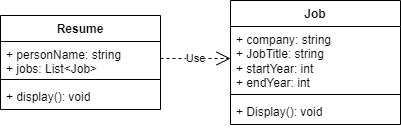
Above: prepare/Learning02/Learning02 Class Diagram.png in noduh/CSE-210 (draw.io), before the change. Source tidied: cells renumbered, new cells last; positions are measured from the earlier drawing's top-left corner, leaving out a move shared by most shapes.
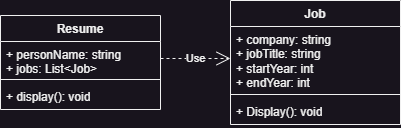
After the change.

Commit message:
Fixed variable name in class diagram

Change to the diagram source:
```diff
@@ -5,7 +5,7 @@
     <mxCell id="2" value="Job" style="swimlane;fontStyle=1;align=center;verticalAlign=top;horizontal=1;startSize=26;whiteSpace=wrap;html=1;" parent="1" vertex="1">
       <mxGeometry x="230" width="170" height="124" as="geometry" />
     </mxCell>
-    <mxCell id="3" value="+ company: string&lt;div&gt;+ JobTitle: string&lt;/div&gt;&lt;div&gt;+ startYear: int&lt;/div&gt;&lt;div&gt;+ endYear: int&lt;/div&gt;" style="text;strokeColor=none;fillColor=none;align=left;verticalAlign=top;spacingLeft=4;spacingRight=4;overflow=hidden;points=[[0,0.5],[1,0.5]];portConstraint=eastwest;whiteSpace=wrap;html=1;" parent="2" vertex="1">
+    <mxCell id="3" value="+ company: string&lt;div&gt;+ jobTitle: string&lt;/div&gt;&lt;div&gt;+ startYear: int&lt;/div&gt;&lt;div&gt;+ endYear: int&lt;/div&gt;" style="text;strokeColor=none;fillColor=none;align=left;verticalAlign=top;spacingLeft=4;spacingRight=4;overflow=hidden;points=[[0,0.5],[1,0.5]];portConstraint=eastwest;whiteSpace=wrap;html=1;" parent="2" vertex="1">
       <mxGeometry y="26" width="170" height="64" as="geometry" />
     </mxCell>
     <mxCell id="4" style="line;strokeWidth=1;fillColor=none;align=left;verticalAlign=middle;spacingTop=-1;spacingLeft=3;spacingRight=3;labelPosition=right;strokeColor=inherit;" parent="2" vertex="1">
```
